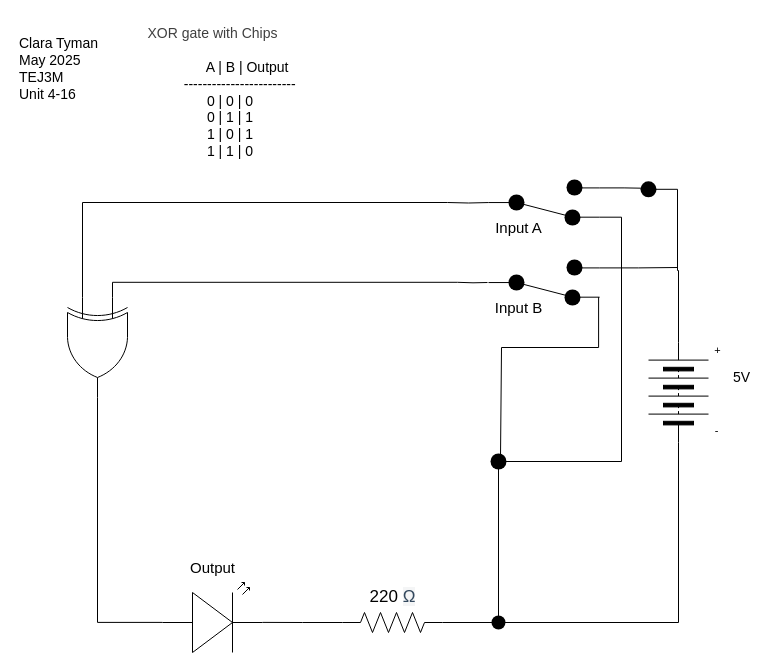
Before: unit4-16/unit-4-16.drawio in clara-tyman2/TEJ3M---Unit-4, a draw.io diagram. Source tidied: cells renumbered, new cells numbered last; positions are measured from the earlier drawing's top-left corner, leaving out a move shared by most shapes. Both pictures are drawn from the tidied source at 100%, with x=0, y=0 at pixel (17, 17).
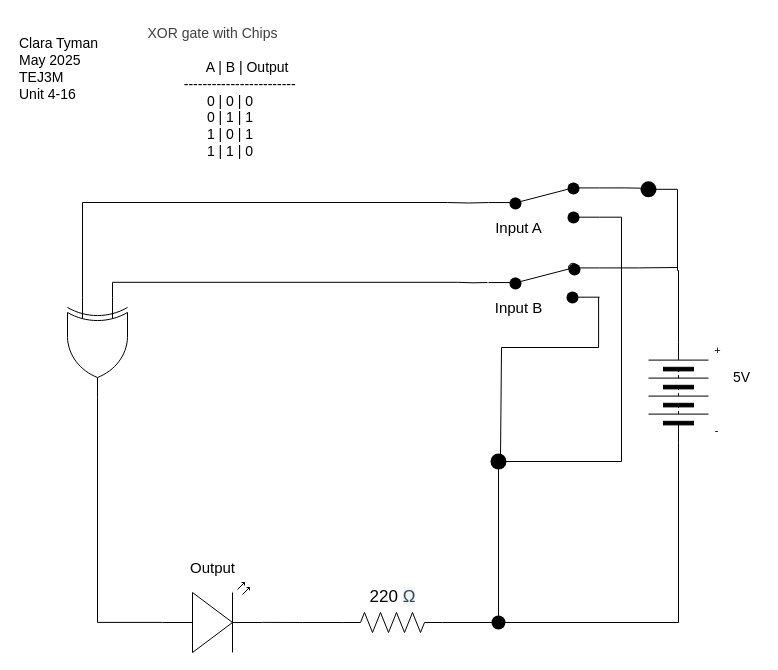
The same diagram, later.

Change to the diagram source:
```diff
@@
-    <mxCell id="5" style="html=1;shape=mxgraph.electrical.electro-mechanical.twoWaySwitch;elSwitchState=2;fontFamily=Helvetica;fontSize=11;fontColor=default;labelBackgroundColor=default;flipV=1;" parent="1" vertex="1">
+    <mxCell id="5" style="html=1;shape=mxgraph.electrical.electro-mechanical.twoWaySwitch;elSwitchState=2;fontFamily=Helvetica;fontSize=11;fontColor=default;labelBackgroundColor=default;flipV=0;flipH=0;" parent="1" vertex="1">
       <mxGeometry x="471" y="165.8" width="111.1" height="38.5" as="geometry" />
     </mxCell>
@@
-    <mxCell id="15" style="shape=waypoint;sketch=0;size=6;fillColor=none;perimeter=centerPerimeter;fontFamily=Helvetica;fontSize=12;fontColor=default;labelBackgroundColor=default;strokeWidth=6;" parent="1" vertex="1">
-      <mxGeometry x="489" y="175" width="20" height="20" as="geometry" />
-    </mxCell>
-    <mxCell id="16" style="shape=waypoint;sketch=0;size=6;fillColor=none;perimeter=centerPerimeter;fontFamily=Helvetica;fontSize=12;fontColor=default;labelBackgroundColor=default;strokeWidth=6;" parent="1" vertex="1">
-      <mxGeometry x="545" y="190" width="20" height="20" as="geometry" />
-    </mxCell>
-    <mxCell id="17" style="shape=waypoint;sketch=0;size=6;fillColor=none;perimeter=centerPerimeter;fontFamily=Helvetica;fontSize=12;fontColor=default;labelBackgroundColor=default;strokeWidth=6;" parent="1" vertex="1">
-      <mxGeometry x="547" y="160" width="20" height="20" as="geometry" />
-    </mxCell>
@@
-    <mxCell id="22" style="html=1;shape=mxgraph.electrical.electro-mechanical.twoWaySwitch;elSwitchState=2;fontFamily=Helvetica;fontSize=11;fontColor=default;labelBackgroundColor=default;flipV=1;" parent="1" vertex="1">
+    <mxCell id="22" style="html=1;shape=mxgraph.electrical.electro-mechanical.twoWaySwitch;elSwitchState=2;fontFamily=Helvetica;fontSize=11;fontColor=default;labelBackgroundColor=default;flipV=0;" parent="1" vertex="1">
       <mxGeometry x="471" y="245.8" width="111.1" height="38.5" as="geometry" />
     </mxCell>
@@
-    <mxCell id="24" style="shape=waypoint;sketch=0;size=6;fillColor=none;perimeter=centerPerimeter;fontFamily=Helvetica;fontSize=12;fontColor=default;labelBackgroundColor=default;strokeWidth=6;" parent="1" vertex="1">
-      <mxGeometry x="489" y="255" width="20" height="20" as="geometry" />
-    </mxCell>
-    <mxCell id="25" style="shape=waypoint;sketch=0;size=6;fillColor=none;perimeter=centerPerimeter;fontFamily=Helvetica;fontSize=12;fontColor=default;labelBackgroundColor=default;strokeWidth=6;" parent="1" vertex="1">
-      <mxGeometry x="545" y="270" width="20" height="20" as="geometry" />
-    </mxCell>
-    <mxCell id="26" style="shape=waypoint;sketch=0;size=6;fillColor=none;perimeter=centerPerimeter;fontFamily=Helvetica;fontSize=12;fontColor=default;labelBackgroundColor=default;strokeWidth=6;" parent="1" vertex="1">
-      <mxGeometry x="547" y="240" width="20" height="20" as="geometry" />
-    </mxCell>
@@
+    <mxCell id="39" style="shape=waypoint;sketch=0;size=6;fillColor=none;perimeter=centerPerimeter;fontFamily=Helvetica;fontSize=9;fontColor=default;labelBackgroundColor=default;strokeWidth=4;" parent="1" vertex="1">
+      <mxGeometry x="547" y="242" width="20" height="20" as="geometry" />
+    </mxCell>
+    <mxCell id="40" style="shape=waypoint;sketch=0;size=6;fillColor=none;perimeter=centerPerimeter;fontFamily=Helvetica;fontSize=9;fontColor=default;labelBackgroundColor=default;strokeWidth=4;" parent="1" vertex="1">
+      <mxGeometry x="545" y="270" width="20" height="20" as="geometry" />
+    </mxCell>
+    <mxCell id="41" style="shape=waypoint;sketch=0;size=6;fillColor=none;perimeter=centerPerimeter;fontFamily=Helvetica;fontSize=9;fontColor=default;labelBackgroundColor=default;strokeWidth=4;" parent="1" vertex="1">
+      <mxGeometry x="488" y="256" width="20" height="20" as="geometry" />
+    </mxCell>
+    <mxCell id="42" style="shape=waypoint;sketch=0;size=6;fillColor=none;perimeter=centerPerimeter;fontFamily=Helvetica;fontSize=9;fontColor=default;labelBackgroundColor=default;strokeWidth=4;" parent="1" vertex="1">
+      <mxGeometry x="488" y="176" width="20" height="20" as="geometry" />
+    </mxCell>
+    <mxCell id="43" style="shape=waypoint;sketch=0;size=6;fillColor=none;perimeter=centerPerimeter;fontFamily=Helvetica;fontSize=9;fontColor=default;labelBackgroundColor=default;strokeWidth=4;" parent="1" vertex="1">
+      <mxGeometry x="546" y="190" width="20" height="20" as="geometry" />
+    </mxCell>
+    <mxCell id="44" style="shape=waypoint;sketch=0;size=6;fillColor=none;perimeter=centerPerimeter;fontFamily=Helvetica;fontSize=9;fontColor=default;labelBackgroundColor=default;strokeWidth=4;" parent="1" vertex="1">
+      <mxGeometry x="546" y="161" width="20" height="20" as="geometry" />
+    </mxCell>
```
